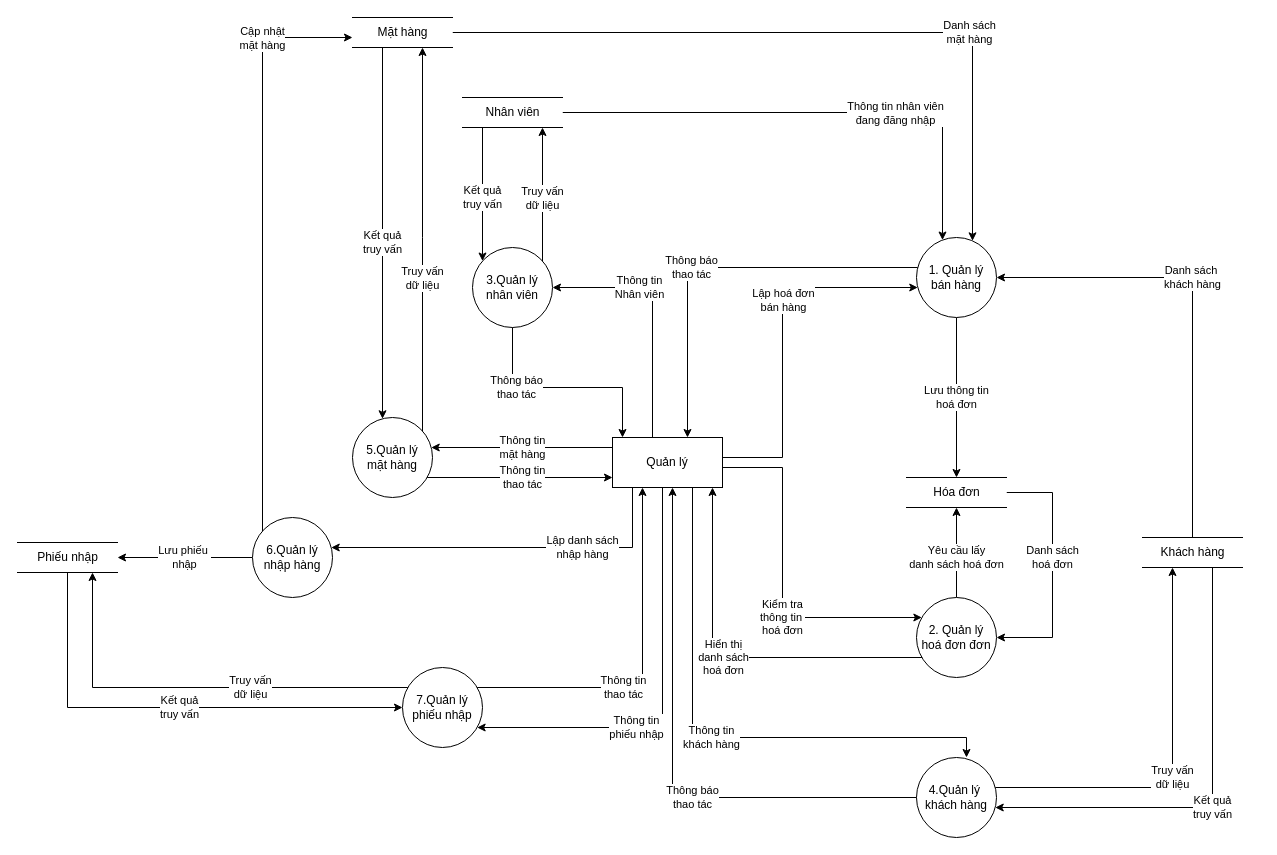
Above: page "DFD Mức 1 - Quản lý" (5 of 7) of Document/ĐồÁn/Diagram/Sơ đồ chức năng ministore.drawio in EdgarIgnite16/HTTTDN-Project (draw.io), before the change. Source tidied: cells renumbered, new cells numbered last; positions are measured from the earlier drawing's top-left corner, leaving out a move shared by most shapes. Both pictures are drawn from the tidied source at 100%, with x=0, y=0 at pixel (17, 17).
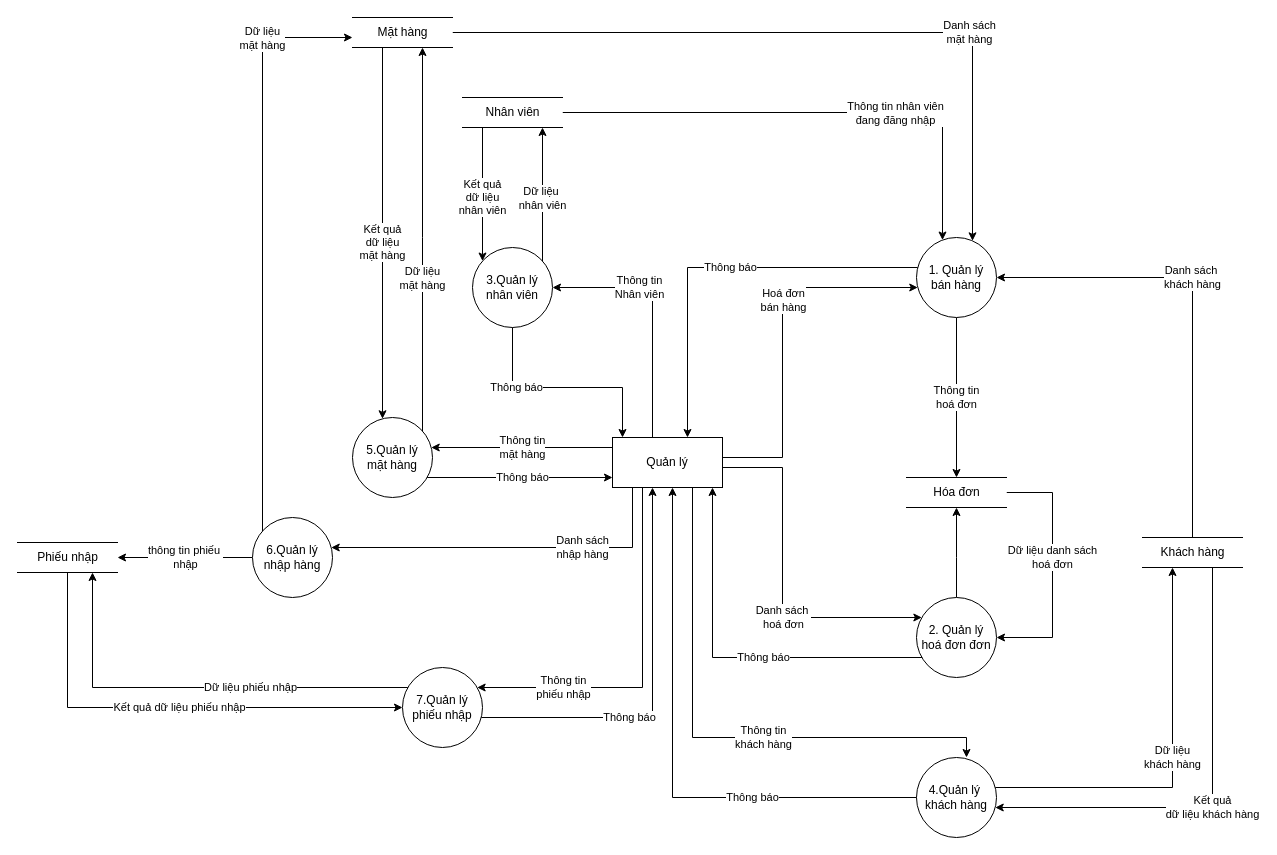
After the change.

The change refers to these unchanged cells:
```xml
<mxCell id="3" style="edgeStyle=orthogonalEdgeStyle;rounded=0;jettySize=auto;html=1;" parent="1" edge="1" target="36">
  <mxGeometry relative="1" as="geometry">
    <mxPoint x="919.3" y="640" as="sourcePoint" />
    <Array as="points">
      <mxPoint x="695" y="640" />
    </Array>
  </mxGeometry>
</mxCell>
<mxCell id="5" value="2. Quản lý&lt;br&gt;hoá đơn đơn" style="ellipse;whiteSpace=wrap;html=1;fontFamily=Helvetica;" parent="1" vertex="1">
  <mxGeometry x="899" y="580" width="80" height="80" as="geometry" />
</mxCell>
<mxCell id="8" value="1. Quản lý bán hàng" style="ellipse;whiteSpace=wrap;html=1;fontFamily=Helvetica;" parent="1" vertex="1">
  <mxGeometry x="899" y="220" width="80" height="80" as="geometry" />
</mxCell>
<mxCell id="9" value="3.Quản lý&lt;div&gt;nhân viên&lt;/div&gt;" style="ellipse;whiteSpace=wrap;html=1;fontFamily=Helvetica;" parent="1" vertex="1">
  <mxGeometry x="455" y="230" width="80" height="80" as="geometry" />
</mxCell>
<mxCell id="12" value="4.Quản lý&amp;nbsp;&lt;div&gt;khách hàng&lt;/div&gt;" style="ellipse;whiteSpace=wrap;html=1;fontFamily=Helvetica;" parent="1" vertex="1">
  <mxGeometry x="899" y="740" width="80" height="80" as="geometry" />
</mxCell>
<mxCell id="13" value="5.Quản lý&lt;br&gt;mặt hàng" style="ellipse;whiteSpace=wrap;html=1;fontFamily=Helvetica;" parent="1" vertex="1">
  <mxGeometry x="335" y="400" width="80" height="80" as="geometry" />
</mxCell>
<mxCell id="16" value="6.Quản lý&lt;div&gt;nhập hàng&lt;/div&gt;" style="ellipse;whiteSpace=wrap;html=1;fontFamily=Helvetica;" parent="1" vertex="1">
  <mxGeometry x="235" y="500" width="80" height="80" as="geometry" />
</mxCell>
<mxCell id="18" value="7.Quản lý&lt;div&gt;phiếu nhập&lt;/div&gt;" style="ellipse;whiteSpace=wrap;html=1;fontFamily=Helvetica;" parent="1" vertex="1">
  <mxGeometry x="385" y="650" width="80" height="80" as="geometry" />
</mxCell>
<mxCell id="20" value="Hóa đơn" style="html=1;dashed=0;whitespace=wrap;shape=partialRectangle;right=0;left=0;fontFamily=Helvetica;" parent="1" vertex="1">
  <mxGeometry x="889" y="460" width="100" height="30" as="geometry" />
</mxCell>
<mxCell id="23" value="Nhân viên" style="html=1;dashed=0;whitespace=wrap;shape=partialRectangle;right=0;left=0;fontFamily=Helvetica;" parent="1" vertex="1">
  <mxGeometry x="445" y="80" width="100" height="30" as="geometry" />
</mxCell>
<mxCell id="26" value="Khách hàng" style="html=1;dashed=0;whitespace=wrap;shape=partialRectangle;right=0;left=0;fontFamily=Helvetica;" parent="1" vertex="1">
  <mxGeometry x="1125" y="520" width="100" height="30" as="geometry" />
</mxCell>
<mxCell id="28" value="Mặt hàng" style="html=1;dashed=0;whitespace=wrap;shape=partialRectangle;right=0;left=0;fontFamily=Helvetica;" parent="1" vertex="1">
  <mxGeometry x="335" width="100" height="30" as="geometry" />
</mxCell>
<mxCell id="29" value="Phiếu nhập" style="html=1;dashed=0;whitespace=wrap;shape=partialRectangle;right=0;left=0;fontFamily=Helvetica;" parent="1" vertex="1">
  <mxGeometry y="525" width="100" height="30" as="geometry" />
</mxCell>
<mxCell id="30" style="edgeStyle=orthogonalEdgeStyle;rounded=0;jettySize=auto;html=1;" parent="1" edge="1" source="36" target="8">
  <mxGeometry relative="1" as="geometry">
    <Array as="points">
      <mxPoint x="765" y="440" />
      <mxPoint x="765" y="270" />
    </Array>
  </mxGeometry>
</mxCell>
<mxCell id="36" value="Quản lý" style="html=1;whiteSpace=wrap;" parent="1" vertex="1">
  <mxGeometry x="595" y="420" width="110" height="50" as="geometry" />
</mxCell>
```

The edit, as a diff of the source:
```diff
@@
-    <mxCell id="2" value="Yêu cầu lấy&lt;div&gt;danh sách hoá đơn&lt;/div&gt;" style="edgeStyle=orthogonalEdgeStyle;rounded=0;jettySize=auto;html=1;" parent="1" edge="1" source="5" target="20">
+    <mxCell id="2" style="edgeStyle=orthogonalEdgeStyle;rounded=0;jettySize=auto;html=1;" parent="1" edge="1" source="5" target="20">
       <mxGeometry x="-0.11" relative="1" as="geometry">
         <Array as="points">
           <mxPoint x="939" y="540" />
           <mxPoint x="939" y="540" />
         </Array>
       </mxGeometry>
     </mxCell>
@@
-    <mxCell id="4" value="Hiển thị&lt;div&gt;danh sách&lt;/div&gt;&lt;div&gt;hoá đơn&lt;/div&gt;" style="edgeLabel;html=1;align=center;verticalAlign=middle;" parent="3" vertex="1">
+    <mxCell id="4" value="Thông báo" style="edgeLabel;html=1;align=center;verticalAlign=middle;" parent="3" vertex="1">
       <mxGeometry x="0.14" y="1" relative="1" as="geometry">
-        <mxPoint x="11" as="offset" />
+        <mxPoint x="51" as="offset" />
       </mxGeometry>
     </mxCell>
@@
-    <mxCell id="6" value="Lưu thông tin&lt;div&gt;hoá đơn&lt;/div&gt;" style="edgeStyle=orthogonalEdgeStyle;rounded=0;jettySize=auto;html=1;" parent="1" edge="1" source="8" target="20">
+    <mxCell id="6" value="Thông tin&lt;div&gt;hoá đơn&lt;/div&gt;" style="edgeStyle=orthogonalEdgeStyle;rounded=0;jettySize=auto;html=1;" parent="1" edge="1" source="8" target="20">
       <mxGeometry relative="1" as="geometry" />
     </mxCell>
-    <mxCell id="7" value="Thông báo&lt;div&gt;thao tác&lt;/div&gt;" style="edgeStyle=orthogonalEdgeStyle;rounded=0;jettySize=auto;html=1;" parent="1" edge="1" source="8" target="36">
-      <mxGeometry x="0.13" relative="1" as="geometry">
+    <mxCell id="7" value="Thông báo" style="edgeStyle=orthogonalEdgeStyle;rounded=0;jettySize=auto;html=1;" parent="1" edge="1" source="8" target="36">
+      <mxGeometry x="-0.07" relative="1" as="geometry">
         <Array as="points">
           <mxPoint x="670" y="250" />
         </Array>
+        <mxPoint x="-1" as="offset" />
       </mxGeometry>
     </mxCell>
@@
-    <mxCell id="10" value="Truy vấn&lt;div&gt;dữ liệu&lt;/div&gt;" style="edgeStyle=orthogonalEdgeStyle;rounded=0;jettySize=auto;html=1;" parent="1" edge="1" source="12" target="26">
-      <mxGeometry x="-0.06" relative="1" as="geometry">
+    <mxCell id="10" value="&lt;div&gt;Dữ liệu&lt;/div&gt;&lt;div&gt;khách hàng&lt;/div&gt;" style="edgeStyle=orthogonalEdgeStyle;rounded=0;jettySize=auto;html=1;" parent="1" edge="1" source="12" target="26">
+      <mxGeometry x="0.04" relative="1" as="geometry">
         <Array as="points">
           <mxPoint x="1155" y="770" />
         </Array>
       </mxGeometry>
     </mxCell>
-    <mxCell id="11" value="Thông báo&lt;div&gt;thao tác&lt;/div&gt;" style="edgeStyle=orthogonalEdgeStyle;rounded=0;orthogonalLoop=1;jettySize=auto;html=1;" parent="1" edge="1">
-      <mxGeometry x="-0.15" relative="1" as="geometry">
+    <mxCell id="11" value="Thông báo" style="edgeStyle=orthogonalEdgeStyle;rounded=0;orthogonalLoop=1;jettySize=auto;html=1;" parent="1" edge="1">
+      <mxGeometry x="-0.36" relative="1" as="geometry">
         <mxPoint x="919" y="780" as="sourcePoint" />
         <mxPoint x="655" y="470" as="targetPoint" />
         <Array as="points">
           <mxPoint x="655" y="780" />
         </Array>
       </mxGeometry>
     </mxCell>
@@
-    <mxCell id="14" value="Lưu phiếu&amp;nbsp;&lt;div&gt;nhập&lt;/div&gt;" style="edgeStyle=orthogonalEdgeStyle;rounded=0;jettySize=auto;html=1;" parent="1" edge="1" source="16" target="29">
-      <mxGeometry relative="1" as="geometry" />
+    <mxCell id="14" value="thông tin phiếu&amp;nbsp;&lt;div&gt;nhập&lt;/div&gt;" style="edgeStyle=orthogonalEdgeStyle;rounded=0;jettySize=auto;html=1;" parent="1" edge="1" source="16" target="29">
+      <mxGeometry x="-0.01" relative="1" as="geometry" />
     </mxCell>
-    <mxCell id="15" value="Cập nhật&lt;div&gt;mặt hàng&lt;/div&gt;" style="edgeStyle=orthogonalEdgeStyle;rounded=0;jettySize=auto;html=1;" parent="1" edge="1" source="16" target="28">
+    <mxCell id="15" value="&lt;div&gt;Dữ liệu&lt;/div&gt;&lt;div&gt;mặt hàng&lt;/div&gt;" style="edgeStyle=orthogonalEdgeStyle;rounded=0;jettySize=auto;html=1;" parent="1" edge="1" source="16" target="28">
       <mxGeometry x="0.69" relative="1" as="geometry">
         <Array as="points">
           <mxPoint x="245" y="20" />
         </Array>
       </mxGeometry>
     </mxCell>
@@
-    <mxCell id="17" value="Thông tin&lt;div&gt;thao tác&lt;/div&gt;" style="edgeStyle=orthogonalEdgeStyle;rounded=0;jettySize=auto;html=1;" parent="1" edge="1" source="18" target="36">
-      <mxGeometry x="-0.2" relative="1" as="geometry">
+    <mxCell id="17" value="Thông báo" style="edgeStyle=orthogonalEdgeStyle;rounded=0;jettySize=auto;html=1;" parent="1" edge="1" source="18" target="36">
+      <mxGeometry x="-0.26" relative="1" as="geometry">
         <Array as="points">
-          <mxPoint x="625" y="670" />
+          <mxPoint x="635" y="700" />
         </Array>
       </mxGeometry>
     </mxCell>
@@
-    <mxCell id="19" value="Danh sách&lt;div&gt;hoá đơn&lt;/div&gt;" style="edgeStyle=orthogonalEdgeStyle;rounded=0;jettySize=auto;html=1;" parent="1" edge="1" source="20" target="5">
+    <mxCell id="19" value="Dữ liệu danh sách&lt;div&gt;hoá đơn&lt;/div&gt;" style="edgeStyle=orthogonalEdgeStyle;rounded=0;jettySize=auto;html=1;" parent="1" edge="1" source="20" target="5">
       <mxGeometry x="-0.1" relative="1" as="geometry">
         <Array as="points">
           <mxPoint x="1035" y="475" />
           <mxPoint x="1035" y="620" />
         </Array>
       </mxGeometry>
     </mxCell>
@@
-    <mxCell id="25" value="Kết quả&lt;div&gt;truy vấn&lt;/div&gt;" style="edgeStyle=orthogonalEdgeStyle;rounded=0;jettySize=auto;html=1;" parent="1" edge="1" source="26" target="12">
+    <mxCell id="25" value="Kết quả&lt;div&gt;dữ liệu khách hàng&lt;/div&gt;" style="edgeStyle=orthogonalEdgeStyle;rounded=0;jettySize=auto;html=1;" parent="1" edge="1" source="26" target="12">
       <mxGeometry x="0.05" relative="1" as="geometry">
         <Array as="points">
           <mxPoint x="1195" y="790" />
         </Array>
       </mxGeometry>
     </mxCell>
@@
-    <mxCell id="31" value="Lập hoá đơn&lt;div&gt;bán hàng&lt;/div&gt;" style="edgeLabel;html=1;align=center;verticalAlign=middle;" parent="30" vertex="1">
+    <mxCell id="31" value="Hoá đơn&lt;div&gt;bán hàng&lt;/div&gt;" style="edgeLabel;html=1;align=center;verticalAlign=middle;" parent="30" vertex="1">
       <mxGeometry x="0.01" relative="1" as="geometry">
         <mxPoint y="-34" as="offset" />
       </mxGeometry>
     </mxCell>
-    <mxCell id="32" value="Kiểm tra&lt;div&gt;thông tin&amp;nbsp;&lt;/div&gt;&lt;div&gt;hoá đơn&lt;/div&gt;" style="edgeStyle=orthogonalEdgeStyle;rounded=0;jettySize=auto;html=1;" parent="1" edge="1" source="36" target="5">
-      <mxGeometry x="0.2" relative="1" as="geometry">
+    <mxCell id="32" value="Danh sách&amp;nbsp;&lt;div&gt;hoá đơn&lt;/div&gt;" style="edgeStyle=orthogonalEdgeStyle;rounded=0;jettySize=auto;html=1;" parent="1" edge="1" source="36" target="5">
+      <mxGeometry x="0.21" relative="1" as="geometry">
         <Array as="points">
           <mxPoint x="765" y="450" />
           <mxPoint x="765" y="600" />
         </Array>
       </mxGeometry>
     </mxCell>
     <mxCell id="33" value="Thông tin&lt;div&gt;khách hàng&lt;/div&gt;" style="edgeStyle=orthogonalEdgeStyle;rounded=0;orthogonalLoop=1;jettySize=auto;html=1;" parent="1" edge="1">
-      <mxGeometry x="-0.01" relative="1" as="geometry">
+      <mxGeometry x="0.18" relative="1" as="geometry">
         <mxPoint x="675" y="470" as="sourcePoint" />
         <mxPoint x="949" y="740" as="targetPoint" />
         <Array as="points">
           <mxPoint x="675" y="720" />
           <mxPoint x="949" y="720" />
         </Array>
       </mxGeometry>
     </mxCell>
-    <mxCell id="34" value="Lập danh sách&lt;div&gt;nhập hàng&lt;/div&gt;" style="edgeStyle=orthogonalEdgeStyle;rounded=0;jettySize=auto;html=1;" parent="1" edge="1" source="36" target="16">
+    <mxCell id="34" value="Danh sách&lt;div&gt;nhập hàng&lt;/div&gt;" style="edgeStyle=orthogonalEdgeStyle;rounded=0;jettySize=auto;html=1;" parent="1" edge="1" source="36" target="16">
       <mxGeometry x="-0.39" relative="1" as="geometry">
         <Array as="points">
           <mxPoint x="615" y="530" />
         </Array>
       </mxGeometry>
     </mxCell>
     <mxCell id="35" value="Thông tin&lt;div&gt;phiếu nhập&lt;/div&gt;" style="edgeStyle=orthogonalEdgeStyle;rounded=0;jettySize=auto;html=1;" parent="1" edge="1" source="36" target="18">
-      <mxGeometry x="0.25" relative="1" as="geometry">
+      <mxGeometry x="0.53" relative="1" as="geometry">
         <Array as="points">
-          <mxPoint x="645" y="710" />
+          <mxPoint x="625" y="670" />
         </Array>
       </mxGeometry>
     </mxCell>
@@
-    <mxCell id="38" value="Truy vấn&lt;div&gt;dữ liệu&lt;/div&gt;" style="edgeStyle=orthogonalEdgeStyle;rounded=0;jettySize=auto;html=1;" parent="1" edge="1" source="9" target="23">
-      <mxGeometry x="-0.06" relative="1" as="geometry">
+    <mxCell id="38" value="&lt;div&gt;Dữ liệu&amp;nbsp;&lt;/div&gt;&lt;div&gt;nhân viên&lt;/div&gt;" style="edgeStyle=orthogonalEdgeStyle;rounded=0;jettySize=auto;html=1;" parent="1" edge="1" source="9" target="23">
+      <mxGeometry x="-0.05" relative="1" as="geometry">
         <Array as="points">
           <mxPoint x="525" y="170" />
           <mxPoint x="525" y="170" />
         </Array>
       </mxGeometry>
     </mxCell>
-    <mxCell id="39" value="Kết quả&lt;div&gt;truy vấn&lt;/div&gt;" style="edgeStyle=orthogonalEdgeStyle;rounded=0;jettySize=auto;html=1;" parent="1" edge="1" source="23" target="9">
+    <mxCell id="39" value="Kết quả&lt;div&gt;dữ liệu&lt;/div&gt;&lt;div&gt;nhân viên&lt;/div&gt;" style="edgeStyle=orthogonalEdgeStyle;rounded=0;jettySize=auto;html=1;" parent="1" edge="1" source="23" target="9">
       <mxGeometry x="0.05" relative="1" as="geometry">
         <Array as="points">
           <mxPoint x="465" y="170" />
           <mxPoint x="465" y="170" />
         </Array>
       </mxGeometry>
     </mxCell>
-    <mxCell id="40" value="Thông báo&lt;div&gt;thao tác&lt;/div&gt;" style="edgeStyle=orthogonalEdgeStyle;rounded=0;jettySize=auto;html=1;" parent="1" edge="1" source="9" target="36">
+    <mxCell id="40" value="Thông báo" style="edgeStyle=orthogonalEdgeStyle;rounded=0;jettySize=auto;html=1;" parent="1" edge="1" source="9" target="36">
       <mxGeometry x="-0.42" relative="1" as="geometry">
         <Array as="points">
           <mxPoint x="495" y="370" />
           <mxPoint x="605" y="370" />
         </Array>
       </mxGeometry>
     </mxCell>
@@
-    <mxCell id="42" value="Truy vấn&lt;div&gt;dữ liệu&lt;/div&gt;" style="edgeStyle=orthogonalEdgeStyle;rounded=0;jettySize=auto;html=1;" parent="1" edge="1" source="13" target="28">
+    <mxCell id="42" value="&lt;div&gt;Dữ liệu&lt;/div&gt;&lt;div&gt;mặt hàng&lt;/div&gt;" style="edgeStyle=orthogonalEdgeStyle;rounded=0;jettySize=auto;html=1;" parent="1" edge="1" source="13" target="28">
       <mxGeometry x="-0.2" relative="1" as="geometry">
         <Array as="points">
           <mxPoint x="405" y="220" />
           <mxPoint x="405" y="220" />
         </Array>
       </mxGeometry>
     </mxCell>
-    <mxCell id="43" value="Kết quả&lt;div&gt;truy vấn&lt;/div&gt;" style="edgeStyle=orthogonalEdgeStyle;rounded=0;jettySize=auto;html=1;" parent="1" edge="1" source="28" target="13">
+    <mxCell id="43" value="Kết quả&lt;div&gt;dữ liệu&lt;/div&gt;&lt;div&gt;mặt hàng&lt;/div&gt;" style="edgeStyle=orthogonalEdgeStyle;rounded=0;jettySize=auto;html=1;" parent="1" edge="1" source="28" target="13">
       <mxGeometry x="0.05" relative="1" as="geometry">
         <Array as="points">
           <mxPoint x="365" y="220" />
           <mxPoint x="365" y="220" />
         </Array>
       </mxGeometry>
     </mxCell>
-    <mxCell id="44" value="Thông tin&lt;div&gt;thao tác&lt;/div&gt;" style="edgeStyle=orthogonalEdgeStyle;rounded=0;jettySize=auto;html=1;" parent="1" edge="1" source="13" target="36">
+    <mxCell id="44" value="Thông báo" style="edgeStyle=orthogonalEdgeStyle;rounded=0;jettySize=auto;html=1;" parent="1" edge="1" source="13" target="36">
       <mxGeometry x="0.03" relative="1" as="geometry">
         <Array as="points">
           <mxPoint x="505" y="460" />
           <mxPoint x="505" y="460" />
         </Array>
       </mxGeometry>
     </mxCell>
-    <mxCell id="45" value="Truy vấn&lt;div&gt;dữ liệu&lt;/div&gt;" style="edgeStyle=orthogonalEdgeStyle;rounded=0;jettySize=auto;html=1;" parent="1" edge="1" source="18" target="29">
+    <mxCell id="45" value="Dữ liệu phiếu nhập" style="edgeStyle=orthogonalEdgeStyle;rounded=0;jettySize=auto;html=1;" parent="1" edge="1" source="18" target="29">
       <mxGeometry x="-0.27" relative="1" as="geometry">
         <Array as="points">
           <mxPoint x="75" y="670" />
         </Array>
       </mxGeometry>
     </mxCell>
-    <mxCell id="46" value="Kết quả&lt;div&gt;truy vấn&lt;/div&gt;" style="edgeStyle=orthogonalEdgeStyle;rounded=0;jettySize=auto;html=1;" parent="1" edge="1" source="29" target="18">
+    <mxCell id="46" value="Kết quả dữ liệu phiếu nhập" style="edgeStyle=orthogonalEdgeStyle;rounded=0;jettySize=auto;html=1;" parent="1" edge="1" source="29" target="18">
       <mxGeometry x="0.05" relative="1" as="geometry">
         <Array as="points">
           <mxPoint x="50" y="690" />
         </Array>
       </mxGeometry>
     </mxCell>
```
